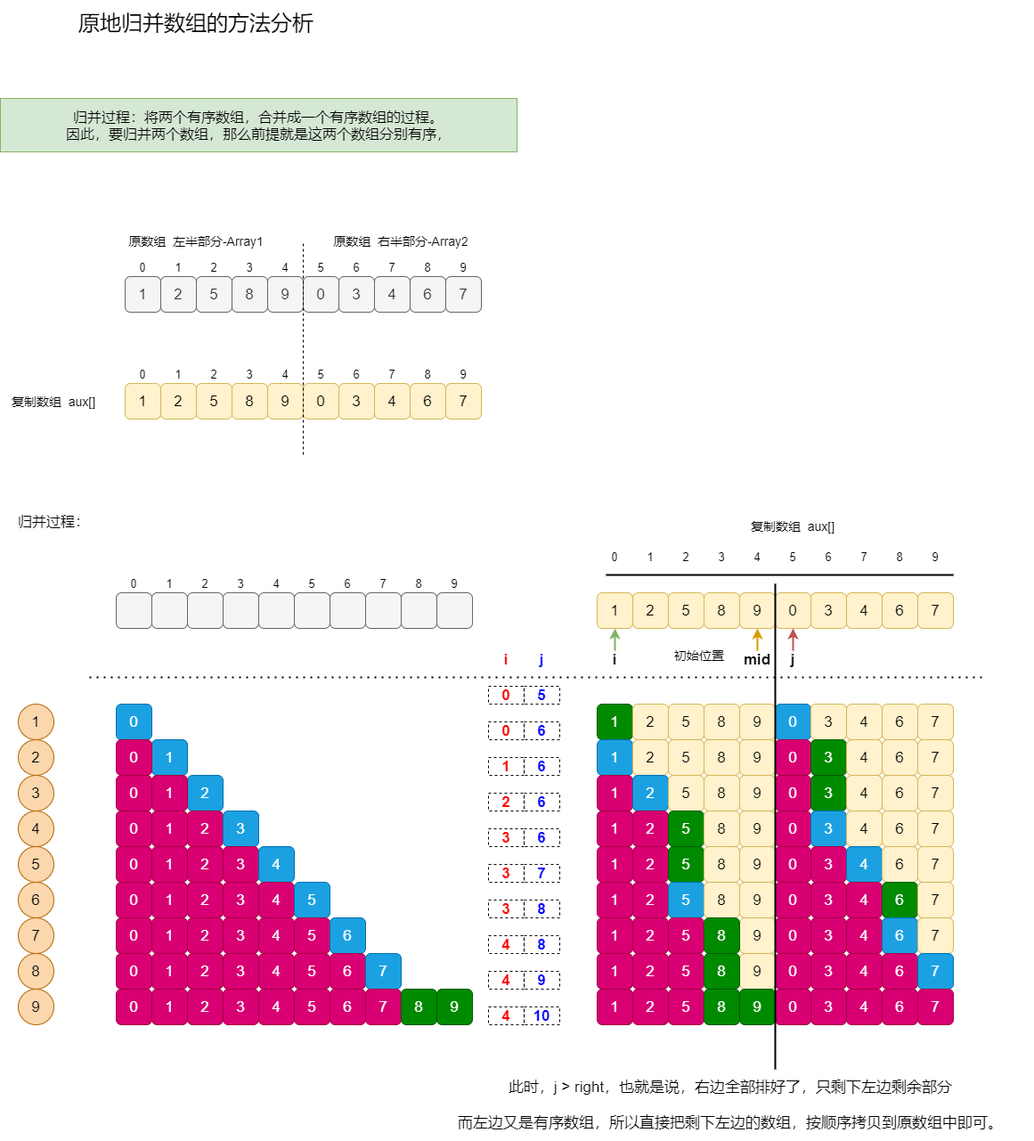
Above: ch02-排序/原地归并数组分析.png in Nevermore12321/LeetCode (draw.io), before the change. Source tidied: cells renumbered, new cells last; positions are measured from the earlier drawing's top-left corner, leaving out a move shared by most shapes.
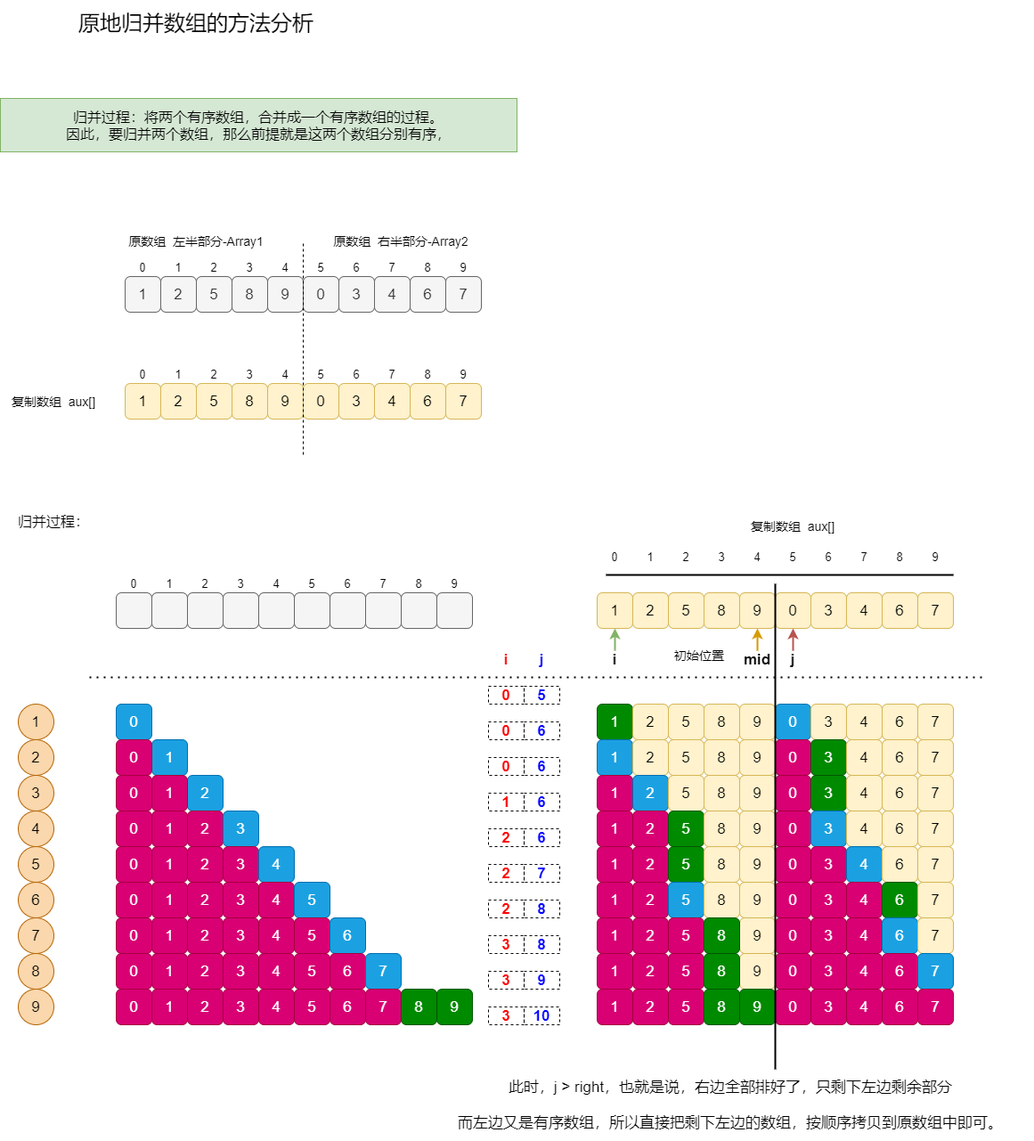
The same diagram one commit later.

Commit message:
Update 原地归并数组分析.png

Change to the diagram source:
```diff
@@ -394,7 +394,7 @@
     <mxCell id="126" value="&lt;font style=&quot;font-size: 17px&quot;&gt;8&lt;/font&gt;" style="rounded=1;whiteSpace=wrap;html=1;fillColor=#fff2cc;strokeColor=#d6b656;" parent="1" vertex="1">
       <mxGeometry x="790" y="830" width="40" height="40" as="geometry" />
     </mxCell>
-    <mxCell id="127" value="&lt;font style=&quot;font-size: 17px&quot; color=&quot;#ff0000&quot;&gt;&lt;b&gt;1&lt;/b&gt;&lt;/font&gt;" style="text;html=1;fillColor=none;align=center;verticalAlign=middle;whiteSpace=wrap;rounded=0;strokeColor=#000000;dashed=1;" parent="1" vertex="1">
+    <mxCell id="127" value="&lt;font style=&quot;font-size: 17px&quot; color=&quot;#ff0000&quot;&gt;&lt;b&gt;0&lt;/b&gt;&lt;/font&gt;" style="text;html=1;fillColor=none;align=center;verticalAlign=middle;whiteSpace=wrap;rounded=0;strokeColor=#000000;dashed=1;" parent="1" vertex="1">
       <mxGeometry x="548" y="850" width="40" height="20" as="geometry" />
     </mxCell>
     <mxCell id="128" value="&lt;font style=&quot;font-size: 17px&quot; color=&quot;#0000ff&quot;&gt;&lt;b&gt;6&lt;/b&gt;&lt;/font&gt;" style="text;html=1;fillColor=none;align=center;verticalAlign=middle;whiteSpace=wrap;rounded=0;strokeColor=#000000;dashed=1;" parent="1" vertex="1">
@@ -439,7 +439,7 @@
     <mxCell id="141" value="&lt;font style=&quot;font-size: 17px&quot;&gt;8&lt;/font&gt;" style="rounded=1;whiteSpace=wrap;html=1;fillColor=#fff2cc;strokeColor=#d6b656;" parent="1" vertex="1">
       <mxGeometry x="790" y="870" width="40" height="40" as="geometry" />
     </mxCell>
-    <mxCell id="142" value="&lt;font style=&quot;font-size: 17px&quot; color=&quot;#ff0000&quot;&gt;&lt;b&gt;2&lt;/b&gt;&lt;/font&gt;" style="text;html=1;fillColor=none;align=center;verticalAlign=middle;whiteSpace=wrap;rounded=0;strokeColor=#000000;dashed=1;" parent="1" vertex="1">
+    <mxCell id="142" value="&lt;font style=&quot;font-size: 17px&quot; color=&quot;#ff0000&quot;&gt;&lt;b&gt;1&lt;/b&gt;&lt;/font&gt;" style="text;html=1;fillColor=none;align=center;verticalAlign=middle;whiteSpace=wrap;rounded=0;strokeColor=#000000;dashed=1;" parent="1" vertex="1">
       <mxGeometry x="548" y="890" width="40" height="20" as="geometry" />
     </mxCell>
     <mxCell id="143" value="&lt;font style=&quot;font-size: 17px&quot; color=&quot;#0000ff&quot;&gt;&lt;b&gt;6&lt;/b&gt;&lt;/font&gt;" style="text;html=1;fillColor=none;align=center;verticalAlign=middle;whiteSpace=wrap;rounded=0;strokeColor=#000000;dashed=1;" parent="1" vertex="1">
@@ -454,7 +454,7 @@
     <mxCell id="146" value="&lt;font style=&quot;font-size: 17px&quot;&gt;0&lt;/font&gt;" style="rounded=1;whiteSpace=wrap;html=1;fillColor=#d80073;strokeColor=#A50040;fontColor=#ffffff;" parent="1" vertex="1">
       <mxGeometry x="130" y="870" width="40" height="40" as="geometry" />
     </mxCell>
-    <mxCell id="147" value="&lt;font style=&quot;font-size: 17px&quot; color=&quot;#ff0000&quot;&gt;&lt;b&gt;3&lt;/b&gt;&lt;/font&gt;" style="text;html=1;fillColor=none;align=center;verticalAlign=middle;whiteSpace=wrap;rounded=0;strokeColor=#000000;dashed=1;" parent="1" vertex="1">
+    <mxCell id="147" value="&lt;font style=&quot;font-size: 17px&quot; color=&quot;#ff0000&quot;&gt;&lt;b&gt;2&lt;/b&gt;&lt;/font&gt;" style="text;html=1;fillColor=none;align=center;verticalAlign=middle;whiteSpace=wrap;rounded=0;strokeColor=#000000;dashed=1;" parent="1" vertex="1">
       <mxGeometry x="548" y="930" width="40" height="20" as="geometry" />
     </mxCell>
     <mxCell id="148" value="&lt;font style=&quot;font-size: 17px&quot; color=&quot;#0000ff&quot;&gt;&lt;b&gt;6&lt;/b&gt;&lt;/font&gt;" style="text;html=1;fillColor=none;align=center;verticalAlign=middle;whiteSpace=wrap;rounded=0;strokeColor=#000000;dashed=1;" parent="1" vertex="1">
@@ -538,13 +538,13 @@
     <mxCell id="174" value="&lt;font style=&quot;font-size: 17px&quot;&gt;8&lt;/font&gt;" style="rounded=1;whiteSpace=wrap;html=1;fillColor=#fff2cc;strokeColor=#d6b656;" parent="1" vertex="1">
       <mxGeometry x="790" y="950" width="40" height="40" as="geometry" />
     </mxCell>
-    <mxCell id="175" value="&lt;font style=&quot;font-size: 17px&quot; color=&quot;#ff0000&quot;&gt;&lt;b&gt;3&lt;/b&gt;&lt;/font&gt;" style="text;html=1;fillColor=none;align=center;verticalAlign=middle;whiteSpace=wrap;rounded=0;strokeColor=#000000;dashed=1;" parent="1" vertex="1">
+    <mxCell id="175" value="&lt;font style=&quot;font-size: 17px&quot; color=&quot;#ff0000&quot;&gt;&lt;b&gt;2&lt;/b&gt;&lt;/font&gt;" style="text;html=1;fillColor=none;align=center;verticalAlign=middle;whiteSpace=wrap;rounded=0;strokeColor=#000000;dashed=1;" parent="1" vertex="1">
       <mxGeometry x="548" y="970" width="40" height="20" as="geometry" />
     </mxCell>
     <mxCell id="176" value="&lt;font style=&quot;font-size: 17px&quot; color=&quot;#0000ff&quot;&gt;&lt;b&gt;7&lt;/b&gt;&lt;/font&gt;" style="text;html=1;fillColor=none;align=center;verticalAlign=middle;whiteSpace=wrap;rounded=0;strokeColor=#000000;dashed=1;" parent="1" vertex="1">
       <mxGeometry x="588" y="970" width="40" height="20" as="geometry" />
     </mxCell>
-    <mxCell id="177" value="&lt;font style=&quot;font-size: 17px&quot; color=&quot;#ff0000&quot;&gt;&lt;b&gt;3&lt;/b&gt;&lt;/font&gt;" style="text;html=1;fillColor=none;align=center;verticalAlign=middle;whiteSpace=wrap;rounded=0;strokeColor=#000000;dashed=1;" parent="1" vertex="1">
+    <mxCell id="177" value="&lt;font style=&quot;font-size: 17px&quot; color=&quot;#ff0000&quot;&gt;&lt;b&gt;2&lt;/b&gt;&lt;/font&gt;" style="text;html=1;fillColor=none;align=center;verticalAlign=middle;whiteSpace=wrap;rounded=0;strokeColor=#000000;dashed=1;" parent="1" vertex="1">
       <mxGeometry x="548" y="1010" width="40" height="20" as="geometry" />
     </mxCell>
     <mxCell id="178" value="&lt;font style=&quot;font-size: 17px&quot; color=&quot;#0000ff&quot;&gt;&lt;b&gt;8&lt;/b&gt;&lt;/font&gt;" style="text;html=1;fillColor=none;align=center;verticalAlign=middle;whiteSpace=wrap;rounded=0;strokeColor=#000000;dashed=1;" parent="1" vertex="1">
@@ -598,7 +598,7 @@
     <mxCell id="194" value="&lt;font style=&quot;font-size: 17px&quot;&gt;8&lt;/font&gt;" style="rounded=1;whiteSpace=wrap;html=1;fillColor=#fff2cc;strokeColor=#d6b656;" parent="1" vertex="1">
       <mxGeometry x="790" y="990" width="40" height="40" as="geometry" />
     </mxCell>
-    <mxCell id="195" value="&lt;font style=&quot;font-size: 17px&quot; color=&quot;#ff0000&quot;&gt;&lt;b&gt;4&lt;/b&gt;&lt;/font&gt;" style="text;html=1;fillColor=none;align=center;verticalAlign=middle;whiteSpace=wrap;rounded=0;strokeColor=#000000;dashed=1;" parent="1" vertex="1">
+    <mxCell id="195" value="&lt;font style=&quot;font-size: 17px&quot; color=&quot;#ff0000&quot;&gt;&lt;b&gt;3&lt;/b&gt;&lt;/font&gt;" style="text;html=1;fillColor=none;align=center;verticalAlign=middle;whiteSpace=wrap;rounded=0;strokeColor=#000000;dashed=1;" parent="1" vertex="1">
       <mxGeometry x="548" y="1050" width="40" height="20" as="geometry" />
     </mxCell>
     <mxCell id="196" value="&lt;font style=&quot;font-size: 17px&quot; color=&quot;#0000ff&quot;&gt;&lt;b&gt;8&lt;/b&gt;&lt;/font&gt;" style="text;html=1;fillColor=none;align=center;verticalAlign=middle;whiteSpace=wrap;rounded=0;strokeColor=#000000;dashed=1;" parent="1" vertex="1">
@@ -709,7 +709,7 @@
     <mxCell id="231" value="&lt;font style=&quot;font-size: 17px&quot;&gt;8&lt;/font&gt;" style="rounded=1;whiteSpace=wrap;html=1;fillColor=#008a00;strokeColor=#005700;fontColor=#ffffff;" parent="1" vertex="1">
       <mxGeometry x="790" y="1070" width="40" height="40" as="geometry" />
     </mxCell>
-    <mxCell id="232" value="&lt;font style=&quot;font-size: 17px&quot; color=&quot;#ff0000&quot;&gt;&lt;b&gt;4&lt;/b&gt;&lt;/font&gt;" style="text;html=1;fillColor=none;align=center;verticalAlign=middle;whiteSpace=wrap;rounded=0;strokeColor=#000000;dashed=1;" parent="1" vertex="1">
+    <mxCell id="232" value="&lt;font style=&quot;font-size: 17px&quot; color=&quot;#ff0000&quot;&gt;&lt;b&gt;3&lt;/b&gt;&lt;/font&gt;" style="text;html=1;fillColor=none;align=center;verticalAlign=middle;whiteSpace=wrap;rounded=0;strokeColor=#000000;dashed=1;" parent="1" vertex="1">
       <mxGeometry x="548" y="1090" width="40" height="20" as="geometry" />
     </mxCell>
     <mxCell id="233" value="&lt;font style=&quot;font-size: 17px&quot; color=&quot;#0000ff&quot;&gt;&lt;b&gt;9&lt;/b&gt;&lt;/font&gt;" style="text;html=1;fillColor=none;align=center;verticalAlign=middle;whiteSpace=wrap;rounded=0;strokeColor=#000000;dashed=1;" parent="1" vertex="1">
@@ -742,7 +742,7 @@
     <mxCell id="242" value="&lt;font style=&quot;font-size: 17px&quot;&gt;7&lt;/font&gt;" style="rounded=1;whiteSpace=wrap;html=1;fillColor=#1ba1e2;strokeColor=#006EAF;fontColor=#ffffff;" parent="1" vertex="1">
       <mxGeometry x="410" y="1070" width="40" height="40" as="geometry" />
     </mxCell>
-    <mxCell id="243" value="&lt;font style=&quot;font-size: 17px&quot; color=&quot;#ff0000&quot;&gt;&lt;b&gt;4&lt;/b&gt;&lt;/font&gt;" style="text;html=1;fillColor=none;align=center;verticalAlign=middle;whiteSpace=wrap;rounded=0;strokeColor=#000000;dashed=1;" parent="1" vertex="1">
+    <mxCell id="243" value="&lt;font style=&quot;font-size: 17px&quot; color=&quot;#ff0000&quot;&gt;&lt;b&gt;3&lt;/b&gt;&lt;/font&gt;" style="text;html=1;fillColor=none;align=center;verticalAlign=middle;whiteSpace=wrap;rounded=0;strokeColor=#000000;dashed=1;" parent="1" vertex="1">
       <mxGeometry x="548" y="1130" width="40" height="20" as="geometry" />
     </mxCell>
     <mxCell id="244" value="&lt;font style=&quot;font-size: 17px&quot; color=&quot;#0000ff&quot;&gt;&lt;b&gt;10&lt;/b&gt;&lt;/font&gt;" style="text;html=1;fillColor=none;align=center;verticalAlign=middle;whiteSpace=wrap;rounded=0;strokeColor=#000000;dashed=1;" parent="1" vertex="1">
```
